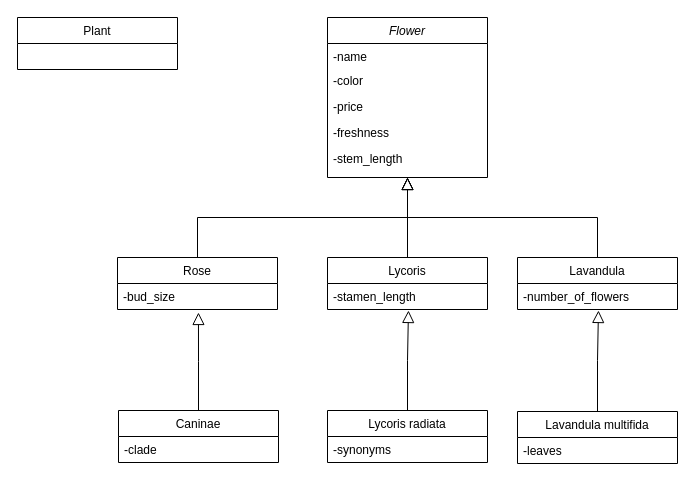
Before: Lab3.drawio in BakhirevKirill/draw-io, a draw.io diagram. Source tidied: cells renumbered, new cells numbered last; positions are measured from the earlier drawing's top-left corner, leaving out a move shared by most shapes. Both pictures are drawn from the tidied source at 100%, with x=0, y=0 at pixel (17, 17).
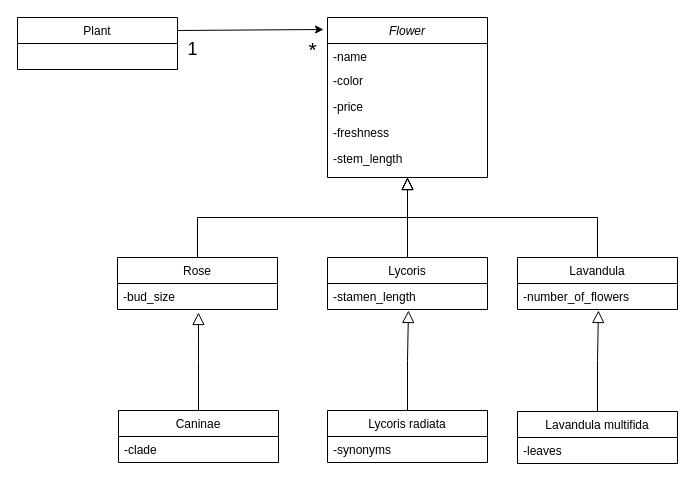
The same diagram, later.

The change refers to these unchanged cells:
```xml
<mxCell id="2" value="Flower" style="swimlane;fontStyle=2;align=center;verticalAlign=top;horizontal=1;startSize=26;rounded=0;shadow=0;strokeWidth=1;" parent="1" vertex="1">
  <mxGeometry x="310" width="160" height="160" as="geometry" />
</mxCell>
<mxCell id="26" value="Plant" style="swimlane;fontStyle=0;align=center;verticalAlign=top;horizontal=1;startSize=26;rounded=0;shadow=0;strokeWidth=1;" parent="1" vertex="1">
  <mxGeometry width="160" height="52" as="geometry" />
</mxCell>
```

Diff of the diagram source:
```diff
@@
+    <mxCell id="27" style="endArrow=classic;html=1;rounded=0;exitX=1;exitY=0.25;exitDx=0;exitDy=0;entryX=-0.025;entryY=0.075;entryDx=0;entryDy=0;entryPerimeter=0;" parent="1" edge="1" source="26" target="2">
+      <mxGeometry relative="1" as="geometry" />
+    </mxCell>
+    <mxCell id="28" value="*" style="text;html=1;align=center;verticalAlign=middle;strokeColor=none;fillColor=none;fontSize=21;" parent="1" vertex="1">
+      <mxGeometry x="280" y="12" width="30" height="40" as="geometry" />
+    </mxCell>
+    <mxCell id="29" value="1" style="text;html=1;align=center;verticalAlign=middle;strokeColor=none;fillColor=none;fontSize=18;" parent="1" vertex="1">
+      <mxGeometry x="160" y="12" width="30" height="40" as="geometry" />
+    </mxCell>
```
